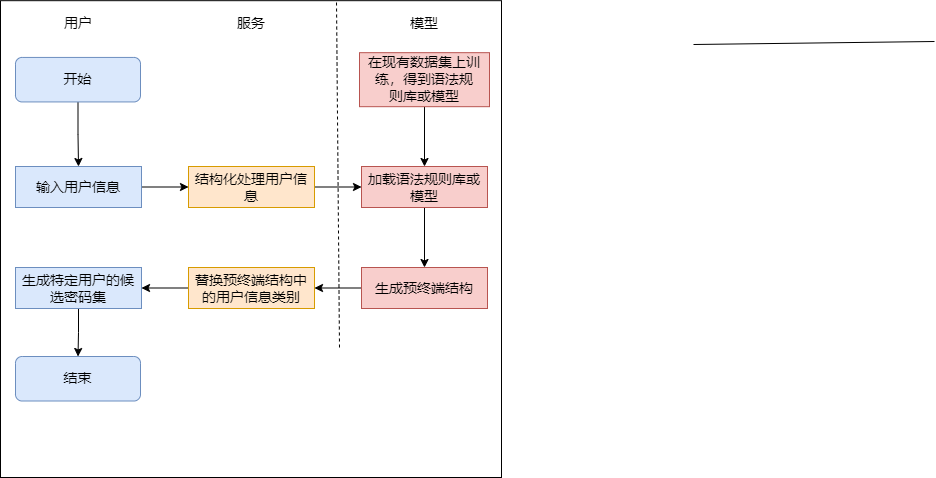
Above: fun2.drawio.png in lakomi/pictures (draw.io), before the change. Source tidied: cells renumbered, new cells last; positions are measured from the earlier drawing's top-left corner, leaving out a move shared by most shapes.
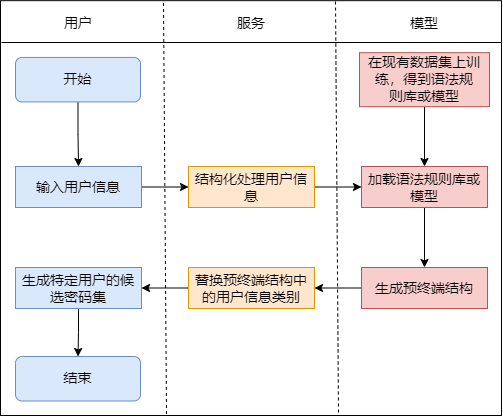
Later version of the same file.

What changed in the source:
```diff
@@ -3,7 +3,7 @@
     <mxCell id="0" />
     <mxCell id="1" parent="0" />
     <mxCell id="2" style="rounded=0;whiteSpace=wrap;html=1;fontSize=14;" parent="1" vertex="1">
-      <mxGeometry y="0.2" width="501" height="476.8" as="geometry" />
+      <mxGeometry y="0.2" width="501" height="414.8" as="geometry" />
     </mxCell>
     <mxCell id="3" style="rounded=0;jettySize=auto;html=1;exitX=1;exitY=0.5;exitDx=0;exitDy=0;entryX=0;entryY=0.5;entryDx=0;entryDy=0;fontSize=14;" parent="1" edge="1" source="4" target="6">
       <mxGeometry relative="1" as="geometry" />
@@ -49,8 +49,8 @@
     </mxCell>
     <mxCell id="17" style="endArrow=none;html=1;rounded=0;fontSize=14;" parent="1" edge="1">
       <mxGeometry relative="1" as="geometry">
-        <mxPoint x="934" y="41" as="sourcePoint" />
-        <mxPoint x="693" y="44" as="targetPoint" />
+        <mxPoint x="501" y="42" as="sourcePoint" />
+        <mxPoint x="1" y="42" as="targetPoint" />
       </mxGeometry>
     </mxCell>
     <mxCell id="18" value="用户" style="text;html=1;strokeColor=none;fillColor=none;align=center;verticalAlign=middle;whiteSpace=wrap;rounded=0;fontSize=14;" parent="1" vertex="1">
@@ -64,8 +64,8 @@
     </mxCell>
     <mxCell id="21" style="endArrow=none;dashed=1;html=1;rounded=0;fontSize=14;" parent="1" edge="1">
       <mxGeometry relative="1" as="geometry">
-        <mxPoint x="339" y="347" as="sourcePoint" />
-        <mxPoint x="336" y="1.2" as="targetPoint" />
+        <mxPoint x="338" y="412" as="sourcePoint" />
+        <mxPoint x="335" y="0.2" as="targetPoint" />
       </mxGeometry>
     </mxCell>
     <mxCell id="22" style="edgeStyle=orthogonalEdgeStyle;rounded=0;jettySize=auto;html=1;exitX=0.5;exitY=1;exitDx=0;exitDy=0;entryX=0.5;entryY=0;entryDx=0;entryDy=0;" parent="1" edge="1" source="23" target="4">
@@ -77,5 +77,11 @@
     <mxCell id="24" value="结束" style="rounded=1;whiteSpace=wrap;html=1;fontSize=14;fillColor=#dae8fc;strokeColor=#6c8ebf;" parent="1" vertex="1">
       <mxGeometry x="15" y="356" width="125" height="44.5" as="geometry" />
     </mxCell>
+    <mxCell id="25" style="endArrow=none;dashed=1;html=1;rounded=0;fontSize=14;" parent="1" edge="1">
+      <mxGeometry relative="1" as="geometry">
+        <mxPoint x="166" y="413.5" as="sourcePoint" />
+        <mxPoint x="163" y="1.7" as="targetPoint" />
+      </mxGeometry>
+    </mxCell>
   </root>
 </mxGraphModel>
```
